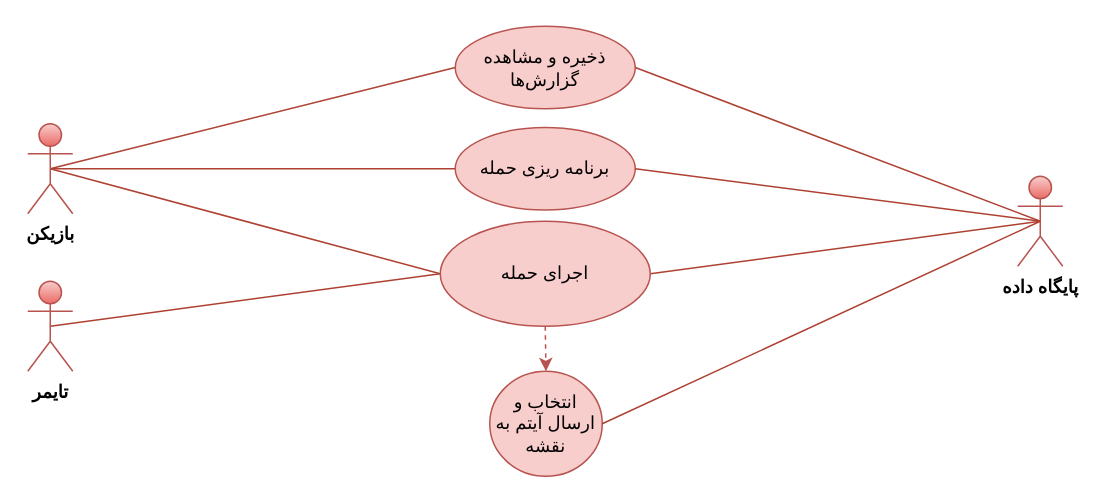
Earlier version of the draw.io diagram Defense and Attack/Use Case Diagram.fa.drawio (Pooria82/clash-of-clans). Source tidied: cells renumbered, new cells numbered last; positions are measured from the earlier drawing's top-left corner, leaving out a move shared by most shapes. Both pictures are drawn from the tidied source at 150%, with x=0, y=0 at pixel (27, 26).
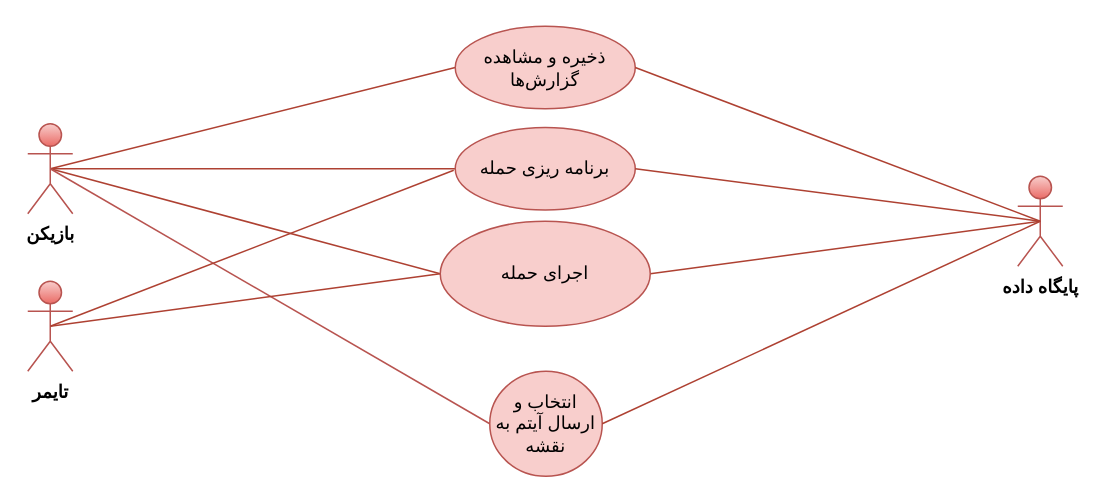
After the change.

The edit, as a diff of the source:
```diff
@@
 <mxGraphModel>
   <root>
     <mxCell id="0" />
     <mxCell id="1" parent="0" />
     <mxCell id="2" style="edgeStyle=none;rounded=0;jettySize=auto;html=1;exitX=0.5;exitY=0.5;exitDx=0;exitDy=0;exitPerimeter=0;entryX=0;entryY=0.5;entryDx=0;entryDy=0;endArrow=none;endFill=0;fillColor=#fad9d5;strokeColor=#ae4132;" parent="1" edge="1" source="5" target="8">
       <mxGeometry relative="1" as="geometry" />
     </mxCell>
     <mxCell id="3" style="edgeStyle=none;rounded=0;jettySize=auto;html=1;exitX=0.5;exitY=0.5;exitDx=0;exitDy=0;exitPerimeter=0;entryX=0;entryY=0.5;entryDx=0;entryDy=0;endArrow=none;endFill=0;fillColor=#fad9d5;strokeColor=#ae4132;" parent="1" edge="1" source="5" target="7">
       <mxGeometry relative="1" as="geometry" />
     </mxCell>
     <mxCell id="4" style="edgeStyle=none;rounded=0;jettySize=auto;html=1;exitX=0.5;exitY=0.5;exitDx=0;exitDy=0;exitPerimeter=0;entryX=0;entryY=0.5;entryDx=0;entryDy=0;endArrow=none;endFill=0;fillColor=#fad9d5;strokeColor=#ae4132;" parent="1" edge="1" source="5" target="17">
       <mxGeometry relative="1" as="geometry" />
     </mxCell>
+    <mxCell id="18" style="rounded=0;jettySize=auto;html=1;exitX=0.5;exitY=0.5;exitDx=0;exitDy=0;exitPerimeter=0;entryX=0;entryY=0.5;entryDx=0;entryDy=0;endArrow=none;endFill=0;fillColor=#f8cecc;strokeColor=#b85450;" parent="1" edge="1" source="5" target="12">
+      <mxGeometry relative="1" as="geometry" />
+    </mxCell>
     <mxCell id="5" value="&lt;b&gt;بازیکن&lt;/b&gt;" style="shape=umlActor;verticalLabelPosition=bottom;verticalAlign=top;html=1;fillColor=#f8cecc;strokeColor=#b85450;gradientColor=#ea6b66;labelBackgroundColor=none;" parent="1" vertex="1">
       <mxGeometry y="65" width="30" height="60" as="geometry" />
     </mxCell>
     <mxCell id="6" value="&lt;b&gt;پایگاه داده&lt;/b&gt;" style="shape=umlActor;verticalLabelPosition=bottom;verticalAlign=top;html=1;fillColor=#f8cecc;strokeColor=#b85450;gradientColor=#ea6b66;labelBackgroundColor=none;" parent="1" vertex="1">
       <mxGeometry x="660" y="100" width="30" height="60" as="geometry" />
     </mxCell>
     <mxCell id="7" value="برنامه ریزی حمله" style="ellipse;whiteSpace=wrap;html=1;fillColor=#f8cecc;strokeColor=#b85450;" parent="1" vertex="1">
       <mxGeometry x="285" y="67.5" width="120" height="55" as="geometry" />
     </mxCell>
     <mxCell id="8" value="ذخیره و مشاهده گزارش‌ها" style="ellipse;whiteSpace=wrap;html=1;fillColor=#f8cecc;strokeColor=#b85450;" parent="1" vertex="1">
       <mxGeometry x="285" width="120" height="55" as="geometry" />
     </mxCell>
     <mxCell id="9" style="edgeStyle=none;rounded=0;jettySize=auto;html=1;exitX=0.5;exitY=0.5;exitDx=0;exitDy=0;exitPerimeter=0;entryX=0;entryY=0.5;entryDx=0;entryDy=0;endArrow=none;endFill=0;fillColor=#fad9d5;strokeColor=#ae4132;" parent="1" edge="1" source="10" target="17">
       <mxGeometry relative="1" as="geometry" />
     </mxCell>
     <mxCell id="10" value="&lt;b&gt;تایمر&lt;/b&gt;" style="shape=umlActor;verticalLabelPosition=bottom;verticalAlign=top;html=1;fillColor=#f8cecc;strokeColor=#b85450;gradientColor=#ea6b66;labelBackgroundColor=none;" parent="1" vertex="1">
       <mxGeometry y="170" width="30" height="60" as="geometry" />
     </mxCell>
-    <mxCell id="11" style="rounded=0;jettySize=auto;html=1;exitX=0.5;exitY=1;exitDx=0;exitDy=0;entryX=0.5;entryY=0;entryDx=0;entryDy=0;fillColor=#f8cecc;strokeColor=#b85450;dashed=1;" parent="1" edge="1" source="17" target="12">
-      <mxGeometry relative="1" as="geometry" />
-    </mxCell>
     <mxCell id="12" value="انتخاب و ارسال آیتم به نقشه" style="ellipse;whiteSpace=wrap;html=1;fillColor=#f8cecc;strokeColor=#b85450;" parent="1" vertex="1">
       <mxGeometry x="308" y="230" width="75" height="70" as="geometry" />
     </mxCell>
     <mxCell id="13" style="edgeStyle=none;rounded=0;jettySize=auto;html=1;exitX=1;exitY=0.5;exitDx=0;exitDy=0;entryX=0.5;entryY=0.5;entryDx=0;entryDy=0;entryPerimeter=0;endArrow=none;endFill=0;fillColor=#fad9d5;strokeColor=#ae4132;" parent="1" edge="1" source="8" target="6">
       <mxGeometry relative="1" as="geometry" />
     </mxCell>
     <mxCell id="14" style="edgeStyle=none;rounded=0;jettySize=auto;html=1;exitX=1;exitY=0.5;exitDx=0;exitDy=0;entryX=0.5;entryY=0.5;entryDx=0;entryDy=0;entryPerimeter=0;endArrow=none;endFill=0;fillColor=#fad9d5;strokeColor=#ae4132;" parent="1" edge="1" source="7" target="6">
       <mxGeometry relative="1" as="geometry" />
     </mxCell>
     <mxCell id="15" style="edgeStyle=none;rounded=0;jettySize=auto;html=1;entryX=0.5;entryY=0.5;entryDx=0;entryDy=0;entryPerimeter=0;endArrow=none;endFill=0;fillColor=#fad9d5;strokeColor=#ae4132;exitX=1;exitY=0.5;exitDx=0;exitDy=0;" parent="1" edge="1" source="17" target="6">
       <mxGeometry relative="1" as="geometry" />
     </mxCell>
     <mxCell id="16" style="edgeStyle=none;rounded=0;jettySize=auto;html=1;exitX=1;exitY=0.5;exitDx=0;exitDy=0;entryX=0.5;entryY=0.5;entryDx=0;entryDy=0;entryPerimeter=0;endArrow=none;endFill=0;fillColor=#fad9d5;strokeColor=#ae4132;" parent="1" edge="1" source="12" target="6">
       <mxGeometry relative="1" as="geometry" />
     </mxCell>
     <mxCell id="17" value="اجرای حمله" style="ellipse;whiteSpace=wrap;html=1;fillColor=#f8cecc;strokeColor=#b85450;" parent="1" vertex="1">
       <mxGeometry x="275" y="130" width="140" height="70" as="geometry" />
     </mxCell>
+    <mxCell id="19" style="endArrow=none;html=1;rounded=0;fontSize=12;startSize=8;endSize=8;curved=1;exitX=0.5;exitY=0.5;exitDx=0;exitDy=0;exitPerimeter=0;fillColor=#fad9d5;strokeColor=#ae4132;" parent="1" edge="1" source="10">
+      <mxGeometry relative="1" as="geometry">
+        <mxPoint x="284" y="96" as="targetPoint" />
+      </mxGeometry>
+    </mxCell>
   </root>
 </mxGraphModel>
```
